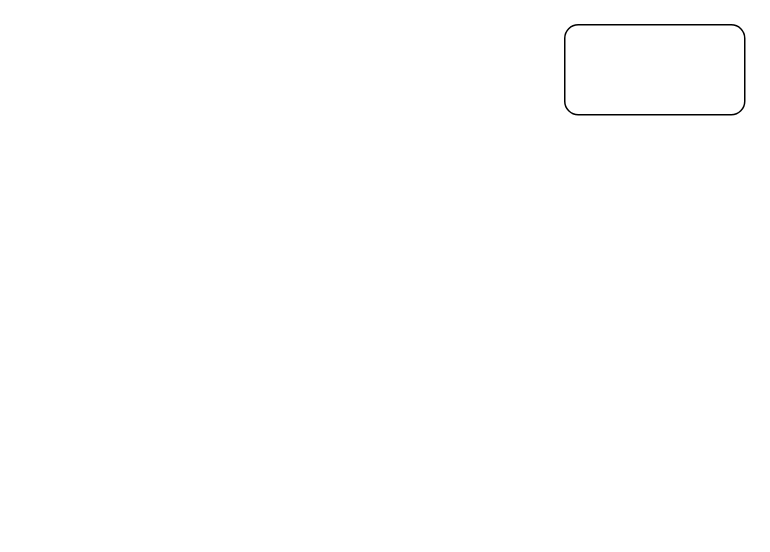
Before: phac thao do an cuoi cung/Untitled Diagram.drawio in frozenproof/dactaphanmem, a draw.io diagram. Source tidied: cells renumbered, new cells numbered last; positions are measured from the earlier drawing's top-left corner, leaving out a move shared by most shapes. Both pictures are drawn from the tidied source at 150%, with x=0, y=0 at pixel (564, 24). Pictures stored in the file or linked from it are replaced by grey dashed boxes.
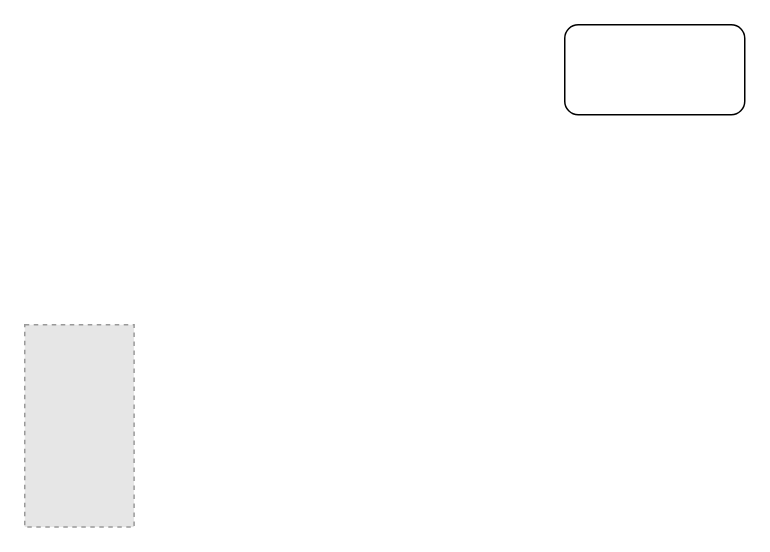
The same diagram, later.

The edit, as a diff of the source:
```diff
@@
 <mxGraphModel>
   <root>
     <mxCell id="0" />
     <mxCell id="1" parent="0" />
     <mxCell id="2" style="rounded=1;whiteSpace=wrap;html=1;" parent="1" vertex="1">
       <mxGeometry width="120" height="60" as="geometry" />
     </mxCell>
+    <mxCell id="3" style="fillColor=#E6E6E6;strokeColor=#999999;dashed=1;verticalLabelPosition=bottom;labelBackgroundColor=default;verticalAlign=top;" parent="1" vertex="1">
+      <mxGeometry x="-360" y="200" width="72.9" height="134.9" as="geometry" />
+    </mxCell>
   </root>
 </mxGraphModel>
```
